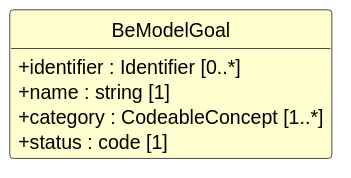
Above: exports/diagrams/BeModelGoal-uml.svg in caresets/caresets-src (PlantUML), before the change.
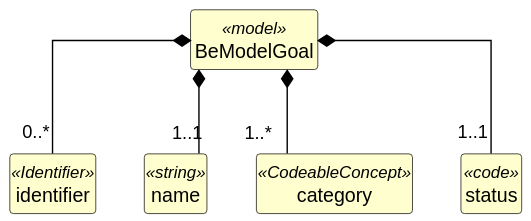
The same file after the commit.

Diff of the diagram source:
```diff
@@ -12,10 +12,23 @@
 hide circle
 hide empty members
 
-class "BeModelGoal" as BeModelGoal {
-  +identifier : Identifier [0..*]
-  +name : string [1]
-  +category : CodeableConcept [1..*]
-  +status : code [1]
+class "BeModelGoal" as BeModelGoal <<model>> {
 }
+
+class "identifier" as BeModelGoal_identifier <<Identifier>> {
+}
+
+class "name" as BeModelGoal_name <<string>> {
+}
+
+class "category" as BeModelGoal_category <<CodeableConcept>> {
+}
+
+class "status" as BeModelGoal_status <<code>> {
+}
+
+BeModelGoal *-- "0..*" BeModelGoal_identifier
+BeModelGoal *-- "1..1" BeModelGoal_name
+BeModelGoal *-- "1..*" BeModelGoal_category
+BeModelGoal *-- "1..1" BeModelGoal_status
 @enduml
```
